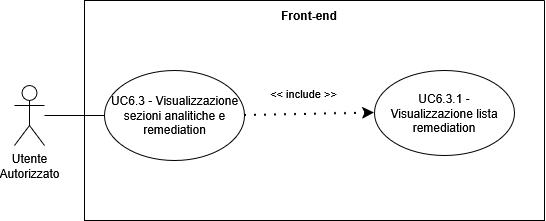
Earlier version of the draw.io export assets/diagrams/UC6_3.png (SkarabGroup/DocumentazioneProgetto). Source tidied: cells renumbered, new cells last; positions are measured from the earlier drawing's top-left corner, leaving out a move shared by most shapes. Its diagram source:
```xml
<mxGraphModel>
  <root>
    <mxCell id="0" />
    <mxCell id="1" parent="0" />
    <mxCell id="2" value="Utente&lt;div&gt;&lt;span style=&quot;background-color: transparent; color: light-dark(rgb(0, 0, 0), rgb(255, 255, 255));&quot;&gt;Autorizzato&lt;/span&gt;&lt;/div&gt;" style="shape=umlActor;verticalLabelPosition=bottom;verticalAlign=top;html=1;outlineConnect=0;align=center;" parent="1" vertex="1">
      <mxGeometry y="85" width="30" height="60" as="geometry" />
    </mxCell>
    <mxCell id="3" style="swimlane;startSize=0;" parent="1" vertex="1">
      <mxGeometry x="70" width="460" height="220" as="geometry" />
    </mxCell>
    <mxCell id="4" style="ellipse;whiteSpace=wrap;html=1;" parent="3" vertex="1">
      <mxGeometry x="20" y="70" width="140" height="90" as="geometry" />
    </mxCell>
    <mxCell id="5" value="&lt;div style=&quot;&quot;&gt;UC6.3 - Visualizzazione sezioni analitiche e remediation&lt;/div&gt;" style="text;html=1;align=center;verticalAlign=middle;whiteSpace=wrap;rounded=0;" parent="3" vertex="1">
      <mxGeometry x="22.5" y="80" width="135" height="70" as="geometry" />
    </mxCell>
    <mxCell id="6" style="ellipse;whiteSpace=wrap;html=1;" parent="3" vertex="1">
      <mxGeometry x="290" y="70" width="140" height="85" as="geometry" />
    </mxCell>
    <mxCell id="7" value="UC6.3.1 - Visualizzazione lista remediation" style="text;html=1;align=center;verticalAlign=middle;whiteSpace=wrap;rounded=0;" parent="3" vertex="1">
      <mxGeometry x="295" y="77.5" width="130" height="70" as="geometry" />
    </mxCell>
    <mxCell id="8" value="&amp;lt;&amp;lt; include &amp;gt;&amp;gt;" style="endArrow=classic;startArrow=none;endFill=1;startFill=0;html=1;verticalAlign=bottom;dashed=1;labelBackgroundColor=none;rounded=0;dashPattern=1 4;curved=0;endSize=6;strokeWidth=2;entryX=0;entryY=0.5;entryDx=0;entryDy=0;exitX=1;exitY=0.5;exitDx=0;exitDy=0;" parent="3" edge="1" source="4" target="6">
      <mxGeometry x="-0.1" y="11" relative="1" as="geometry" />
    </mxCell>
    <mxCell id="9" value="Front-end" style="text;html=1;align=center;verticalAlign=middle;whiteSpace=wrap;rounded=0;perimeterSpacing=1;strokeColor=none;fontStyle=1;" parent="3" vertex="1">
      <mxGeometry x="195" width="60" height="30" as="geometry" />
    </mxCell>
    <mxCell id="10" style="endArrow=none;html=1;rounded=0;entryX=0;entryY=0.5;entryDx=0;entryDy=0;" parent="1" edge="1" source="2" target="4">
      <mxGeometry relative="1" as="geometry" />
    </mxCell>
  </root>
</mxGraphModel>
```
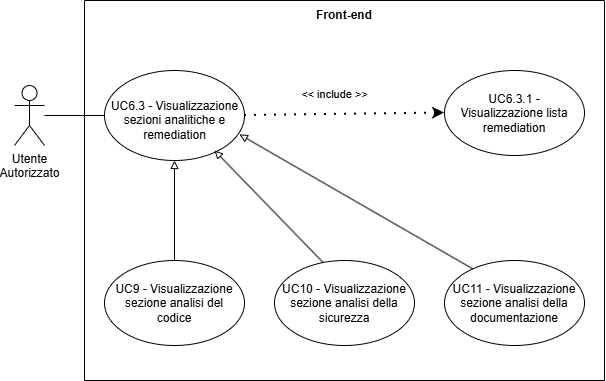
After the change.

Change to the diagram source:
```diff
@@ -6,26 +6,55 @@
       <mxGeometry y="85" width="30" height="60" as="geometry" />
     </mxCell>
     <mxCell id="3" style="swimlane;startSize=0;" parent="1" vertex="1">
-      <mxGeometry x="70" width="460" height="220" as="geometry" />
+      <mxGeometry x="70" width="520" height="380" as="geometry" />
     </mxCell>
     <mxCell id="4" style="ellipse;whiteSpace=wrap;html=1;" parent="3" vertex="1">
       <mxGeometry x="20" y="70" width="140" height="90" as="geometry" />
     </mxCell>
     <mxCell id="5" value="&lt;div style=&quot;&quot;&gt;UC6.3 - Visualizzazione sezioni analitiche e remediation&lt;/div&gt;" style="text;html=1;align=center;verticalAlign=middle;whiteSpace=wrap;rounded=0;" parent="3" vertex="1">
-      <mxGeometry x="22.5" y="80" width="135" height="70" as="geometry" />
+      <mxGeometry x="22.5" y="85" width="135" height="70" as="geometry" />
     </mxCell>
     <mxCell id="6" style="ellipse;whiteSpace=wrap;html=1;" parent="3" vertex="1">
-      <mxGeometry x="290" y="70" width="140" height="85" as="geometry" />
+      <mxGeometry x="360" y="70" width="140" height="85" as="geometry" />
     </mxCell>
     <mxCell id="7" value="UC6.3.1 - Visualizzazione lista remediation" style="text;html=1;align=center;verticalAlign=middle;whiteSpace=wrap;rounded=0;" parent="3" vertex="1">
-      <mxGeometry x="295" y="77.5" width="130" height="70" as="geometry" />
+      <mxGeometry x="365" y="77.5" width="130" height="70" as="geometry" />
     </mxCell>
     <mxCell id="8" value="&amp;lt;&amp;lt; include &amp;gt;&amp;gt;" style="endArrow=classic;startArrow=none;endFill=1;startFill=0;html=1;verticalAlign=bottom;dashed=1;labelBackgroundColor=none;rounded=0;dashPattern=1 4;curved=0;endSize=6;strokeWidth=2;entryX=0;entryY=0.5;entryDx=0;entryDy=0;exitX=1;exitY=0.5;exitDx=0;exitDy=0;" parent="3" edge="1" source="4" target="6">
       <mxGeometry x="-0.1" y="11" relative="1" as="geometry" />
     </mxCell>
     <mxCell id="9" value="Front-end" style="text;html=1;align=center;verticalAlign=middle;whiteSpace=wrap;rounded=0;perimeterSpacing=1;strokeColor=none;fontStyle=1;" parent="3" vertex="1">
-      <mxGeometry x="195" width="60" height="30" as="geometry" />
+      <mxGeometry x="230" width="60" height="30" as="geometry" />
     </mxCell>
+    <mxCell id="11" style="ellipse;whiteSpace=wrap;html=1;" parent="3" vertex="1">
+      <mxGeometry x="20" y="260" width="140" height="85" as="geometry" />
+    </mxCell>
+    <mxCell id="12" value="UC9 - Visualizzazione sezione analisi del codice" style="text;html=1;align=center;verticalAlign=middle;whiteSpace=wrap;rounded=0;" parent="3" vertex="1">
+      <mxGeometry x="25" y="267.5" width="130" height="70" as="geometry" />
+    </mxCell>
+    <mxCell id="13" style="ellipse;whiteSpace=wrap;html=1;" parent="3" vertex="1">
+      <mxGeometry x="360" y="260" width="140" height="85" as="geometry" />
+    </mxCell>
+    <mxCell id="14" value="UC11 - Visualizzazione sezione analisi della documentazione" style="text;html=1;align=center;verticalAlign=middle;whiteSpace=wrap;rounded=0;" parent="3" vertex="1">
+      <mxGeometry x="365" y="267.5" width="130" height="70" as="geometry" />
+    </mxCell>
+    <mxCell id="15" style="ellipse;whiteSpace=wrap;html=1;" parent="3" vertex="1">
+      <mxGeometry x="190" y="260" width="140" height="85" as="geometry" />
+    </mxCell>
+    <mxCell id="16" value="UC10 - Visualizzazione sezione analisi della sicurezza" style="text;html=1;align=center;verticalAlign=middle;whiteSpace=wrap;rounded=0;" parent="3" vertex="1">
+      <mxGeometry x="195" y="267.5" width="130" height="70" as="geometry" />
+    </mxCell>
+    <mxCell id="17" style="endArrow=block;html=1;rounded=0;entryX=0.5;entryY=1;entryDx=0;entryDy=0;exitX=0.5;exitY=0;exitDx=0;exitDy=0;endFill=0;strokeWidth=1;" parent="3" edge="1" source="11" target="4">
+      <mxGeometry relative="1" as="geometry" />
+    </mxCell>
+    <mxCell id="18" style="endArrow=block;html=1;rounded=0;exitX=0.345;exitY=0.02;exitDx=0;exitDy=0;endFill=0;strokeWidth=1;exitPerimeter=0;" parent="3" edge="1" source="15">
+      <mxGeometry relative="1" as="geometry">
+        <mxPoint x="130" y="150" as="targetPoint" />
+      </mxGeometry>
+    </mxCell>
+    <mxCell id="19" style="endArrow=block;html=1;rounded=0;exitX=0.179;exitY=0.012;exitDx=0;exitDy=0;endFill=0;strokeWidth=1;entryX=0.964;entryY=0.71;entryDx=0;entryDy=0;entryPerimeter=0;exitPerimeter=0;" parent="3" edge="1" source="14" target="4">
+      <mxGeometry relative="1" as="geometry" />
+    </mxCell>
     <mxCell id="10" style="endArrow=none;html=1;rounded=0;entryX=0;entryY=0.5;entryDx=0;entryDy=0;" parent="1" edge="1" source="2" target="4">
       <mxGeometry relative="1" as="geometry" />
     </mxCell>
```
